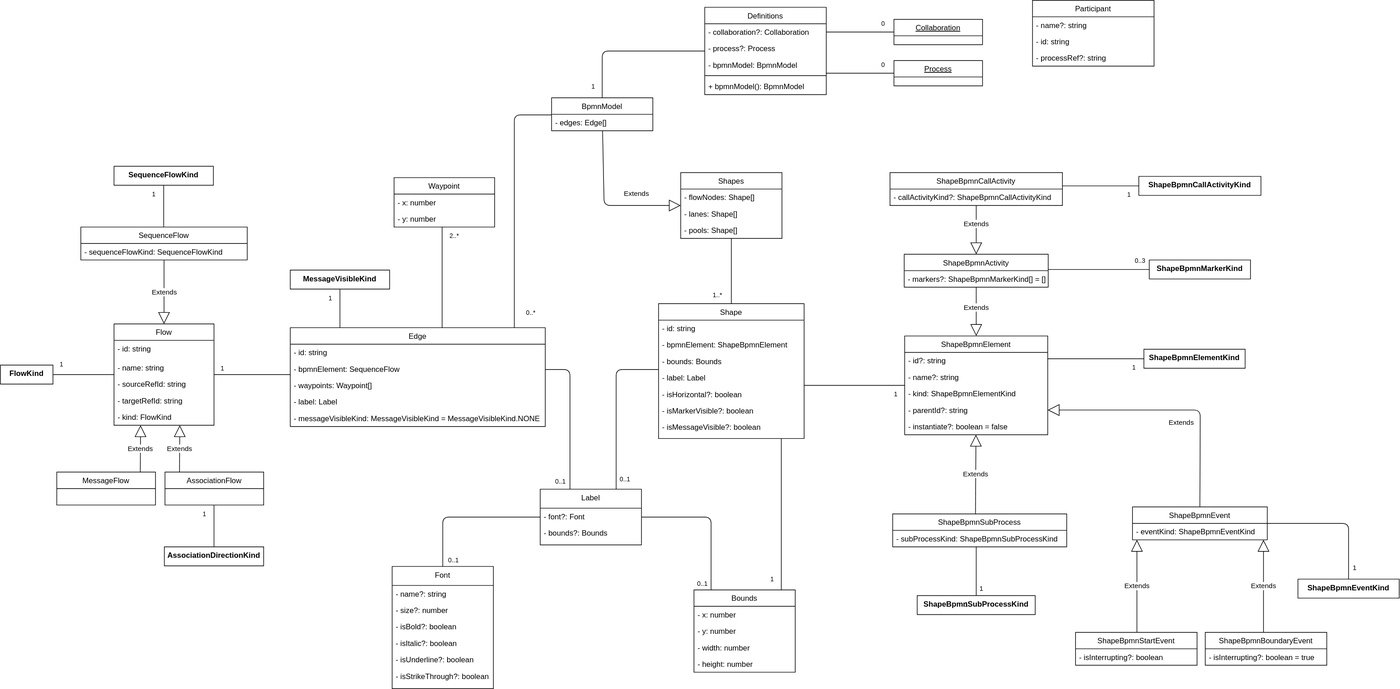
This is docs/architecture/images/architecture/internal-model.svg from process-analytics/bpmn-visualization-js, a draw.io export, as it was before one commit. Source tidied: cells renumbered, new cells last; positions are measured from the earlier drawing's top-left corner, leaving out a move shared by most shapes.
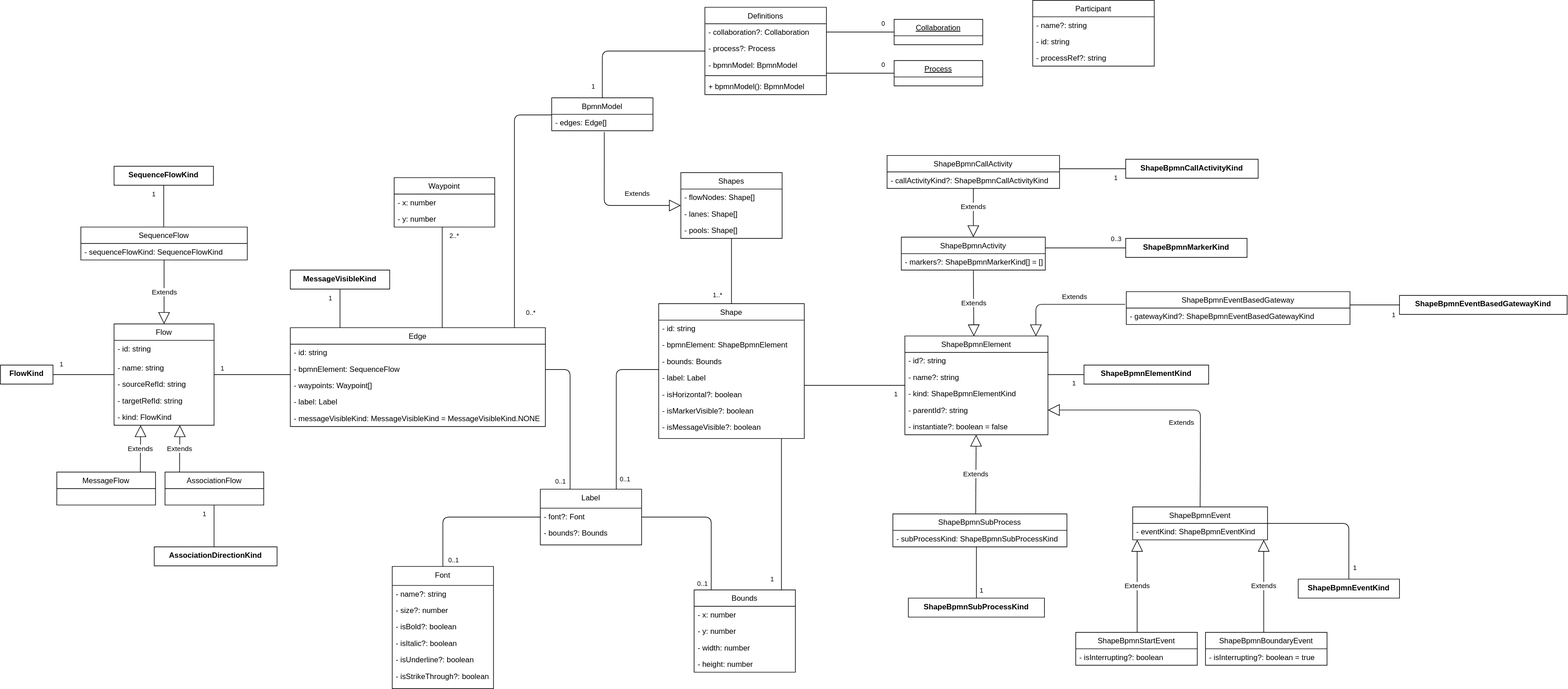
The same file after the commit.

What changed in the source:
```diff
@@ -96,8 +96,8 @@
     <mxCell id="17" style="endArrow=none;html=1;edgeStyle=orthogonalEdgeStyle;shadow=0;" parent="1" edge="1" source="137" target="67">
       <mxGeometry relative="1" as="geometry">
         <Array as="points">
-          <mxPoint x="1717" y="566" />
-          <mxPoint x="1717" y="566" />
+          <mxPoint x="1686" y="591" />
+          <mxPoint x="1686" y="591" />
         </Array>
       </mxGeometry>
     </mxCell>
@@ -142,7 +142,7 @@
         <mxPoint x="34" y="-16" as="offset" />
       </mxGeometry>
     </mxCell>
-    <mxCell id="27" value="Extends" style="endArrow=block;endSize=16;endFill=0;html=1;shadow=0;" parent="1" edge="1" source="81" target="47">
+    <mxCell id="27" value="Extends" style="endArrow=block;endSize=16;endFill=0;html=1;shadow=0;exitX=0.519;exitY=1.077;exitDx=0;exitDy=0;exitPerimeter=0;" parent="1" edge="1" source="82" target="47">
       <mxGeometry x="0.41" y="19" relative="1" as="geometry">
         <Array as="points">
           <mxPoint x="954" y="324" />
@@ -259,19 +259,11 @@
     <mxCell id="55" value="Extends" style="endArrow=block;endSize=16;endFill=0;html=1;shadow=0;exitX=0.476;exitY=0;exitDx=0;exitDy=0;exitPerimeter=0;" parent="1" edge="1" source="129" target="67">
       <mxGeometry relative="1" as="geometry" />
     </mxCell>
-    <mxCell id="56" style="endArrow=none;html=1;edgeStyle=orthogonalEdgeStyle;shadow=0;" parent="1" edge="1" source="131" target="129">
+    <mxCell id="56" style="endArrow=none;html=1;edgeStyle=orthogonalEdgeStyle;shadow=0;" parent="1" edge="1" source="131">
       <mxGeometry relative="1" as="geometry">
-        <Array as="points">
-          <mxPoint x="1542" y="958" />
-          <mxPoint x="1542" y="958" />
-        </Array>
+        <mxPoint x="1542" y="863" as="targetPoint" />
       </mxGeometry>
     </mxCell>
-    <mxCell id="57" value="1" style="html=1;align=left;verticalAlign=bottom;labelBackgroundColor=#ffffff;fontSize=10;shadow=0;" parent="56" vertex="1">
-      <mxGeometry x="-1" relative="1" as="geometry">
-        <mxPoint x="-20" y="22" as="offset" />
-      </mxGeometry>
-    </mxCell>
     <mxCell id="58" value="1" style="edgeLabel;html=1;align=center;verticalAlign=middle;" parent="56" vertex="1">
       <mxGeometry x="-0.46" y="1" relative="1" as="geometry">
         <mxPoint x="8.9" y="9" as="offset" />
@@ -500,13 +492,13 @@
       </mxGeometry>
     </mxCell>
     <mxCell id="121" value="AssociationDirectionKind" style="swimlane;fontStyle=1;horizontal=1;startSize=26;fillColor=none;swimlaneLine=0;rounded=0;shadow=0;comic=0;glass=0;" parent="1" vertex="1">
-      <mxGeometry x="259" y="863" width="157" height="30" as="geometry" />
+      <mxGeometry x="243" y="863" width="194" height="30" as="geometry" />
     </mxCell>
     <mxCell id="122" style="endArrow=none;html=1;edgeStyle=orthogonalEdgeStyle;shadow=0;" parent="1" edge="1" source="127" target="133">
       <mxGeometry relative="1" as="geometry">
         <Array as="points">
-          <mxPoint x="1629" y="428" />
-          <mxPoint x="1629" y="428" />
+          <mxPoint x="1624.1" y="401" />
+          <mxPoint x="1624.1" y="401" />
         </Array>
       </mxGeometry>
     </mxCell>
@@ -525,46 +517,40 @@
       <mxGeometry x="2050.5" y="914" width="160" height="30" as="geometry" />
     </mxCell>
     <mxCell id="127" value="ShapeBpmnMarkerKind" style="swimlane;fontStyle=1;horizontal=1;startSize=26;fillColor=none;swimlaneLine=0;rounded=0;shadow=0;comic=0;glass=0;" parent="1" vertex="1">
-      <mxGeometry x="1815.5" y="410" width="160" height="30" as="geometry" />
+      <mxGeometry x="1777.9" y="376" width="191.8" height="30" as="geometry" />
     </mxCell>
-    <mxCell id="128" value="Extends" style="endArrow=block;endSize=16;endFill=0;html=1;shadow=0;" parent="1" edge="1" source="133" target="67">
-      <mxGeometry x="-0.17" relative="1" as="geometry" />
-    </mxCell>
     <mxCell id="129" value="ShapeBpmnSubProcess" style="swimlane;fontStyle=0;horizontal=1;startSize=26;fillColor=none;shadow=0;" parent="1" vertex="1">
       <mxGeometry x="1410" y="811" width="275" height="52" as="geometry" />
     </mxCell>
     <mxCell id="130" value="- subProcessKind: ShapeBpmnSubProcessKind" style="text;strokeColor=none;fillColor=none;align=left;verticalAlign=top;spacingLeft=4;spacingRight=4;overflow=hidden;shadow=0;" parent="129" vertex="1">
       <mxGeometry y="26" width="275" height="26" as="geometry" />
     </mxCell>
-    <mxCell id="131" value="ShapeBpmnSubProcessKind" style="swimlane;fontStyle=1;horizontal=1;startSize=26;fillColor=none;swimlaneLine=0;rounded=0;shadow=0;comic=0;glass=0;" parent="1" vertex="1">
-      <mxGeometry x="1448.8" y="940" width="186.5" height="30" as="geometry" />
-    </mxCell>
     <mxCell id="132" value="Extends" style="endArrow=block;endSize=16;endFill=0;html=1;shadow=0;" parent="1" edge="1" source="135" target="133">
       <mxGeometry x="-0.25" relative="1" as="geometry" />
     </mxCell>
     <mxCell id="133" value="ShapeBpmnActivity" style="swimlane;fontStyle=0;horizontal=1;startSize=26;fillColor=none;shadow=0;" parent="1" vertex="1">
-      <mxGeometry x="1428.2" y="401" width="227.5" height="52" as="geometry" />
+      <mxGeometry x="1423.4" y="374" width="227.5" height="52" as="geometry" />
     </mxCell>
     <mxCell id="134" value="- markers?: ShapeBpmnMarkerKind[] = []" style="text;strokeColor=none;fillColor=none;align=left;verticalAlign=top;spacingLeft=4;spacingRight=4;overflow=hidden;points=[[0,0.5],[1,0.5]];portConstraint=eastwest;shadow=0;" parent="133" vertex="1">
       <mxGeometry y="26" width="227.5" height="26" as="geometry" />
     </mxCell>
     <mxCell id="135" value="ShapeBpmnCallActivity" style="swimlane;fontStyle=0;horizontal=1;startSize=26;fillColor=none;shadow=0;" parent="1" vertex="1">
-      <mxGeometry x="1405.8" y="272" width="272.5" height="52" as="geometry" />
+      <mxGeometry x="1400.9" y="245" width="272.5" height="52" as="geometry" />
     </mxCell>
     <mxCell id="136" value="- callActivityKind?: ShapeBpmnCallActivityKind" style="text;strokeColor=none;fillColor=none;align=left;verticalAlign=top;spacingLeft=4;spacingRight=4;overflow=hidden;shadow=0;" parent="135" vertex="1">
       <mxGeometry y="26" width="272.5" height="26" as="geometry" />
     </mxCell>
     <mxCell id="137" value="ShapeBpmnElementKind" style="swimlane;fontStyle=1;horizontal=1;startSize=26;fillColor=none;swimlaneLine=0;rounded=0;shadow=0;comic=0;glass=0;" parent="1" vertex="1">
-      <mxGeometry x="1807" y="551" width="160" height="30" as="geometry" />
+      <mxGeometry x="1712" y="576" width="197" height="30" as="geometry" />
     </mxCell>
     <mxCell id="138" value="ShapeBpmnCallActivityKind" style="swimlane;fontStyle=1;horizontal=1;startSize=26;fillColor=none;swimlaneLine=0;rounded=0;shadow=0;comic=0;glass=0;" parent="1" vertex="1">
-      <mxGeometry x="1799" y="278" width="193" height="30" as="geometry" />
+      <mxGeometry x="1777.9" y="251" width="209.2" height="30" as="geometry" />
     </mxCell>
     <mxCell id="139" style="endArrow=none;html=1;edgeStyle=orthogonalEdgeStyle;shadow=0;exitX=0;exitY=0.5;exitDx=0;exitDy=0;" parent="1" edge="1" source="138" target="135">
       <mxGeometry relative="1" as="geometry">
         <Array as="points">
-          <mxPoint x="1704" y="293" />
-          <mxPoint x="1704" y="293" />
+          <mxPoint x="1699.1" y="266" />
+          <mxPoint x="1699.1" y="266" />
         </Array>
       </mxGeometry>
     </mxCell>
@@ -591,5 +577,42 @@
         <mxPoint x="1796" y="852" as="targetPoint" />
       </mxGeometry>
     </mxCell>
+    <mxCell id="146" value="ShapeBpmnEventBasedGateway" style="swimlane;fontStyle=0;horizontal=1;startSize=26;fillColor=none;shadow=0;" parent="1" vertex="1">
+      <mxGeometry x="1778.9" y="460" width="353.4" height="52" as="geometry" />
+    </mxCell>
+    <mxCell id="147" value="- gatewayKind?: ShapeBpmnEventBasedGatewayKind" style="text;strokeColor=none;fillColor=none;align=left;verticalAlign=top;spacingLeft=4;spacingRight=4;overflow=hidden;shadow=0;" parent="146" vertex="1">
+      <mxGeometry y="26" width="353.4" height="26" as="geometry" />
+    </mxCell>
+    <mxCell id="148" value="ShapeBpmnEventBasedGatewayKind" style="swimlane;fontStyle=1;horizontal=1;startSize=26;fillColor=none;swimlaneLine=0;rounded=0;shadow=0;comic=0;glass=0;" parent="1" vertex="1">
+      <mxGeometry x="2210.5" y="466" width="264.9" height="30" as="geometry" />
+    </mxCell>
+    <mxCell id="149" style="endArrow=none;html=1;edgeStyle=orthogonalEdgeStyle;shadow=0;exitX=0;exitY=0.5;exitDx=0;exitDy=0;" parent="1" edge="1" source="148" target="146">
+      <mxGeometry relative="1" as="geometry">
+        <Array as="points">
+          <mxPoint x="2160.1" y="481" />
+          <mxPoint x="2160.1" y="481" />
+        </Array>
+      </mxGeometry>
+    </mxCell>
+    <mxCell id="57" value="1" style="html=1;align=left;verticalAlign=bottom;labelBackgroundColor=#ffffff;fontSize=10;shadow=0;" parent="149" vertex="1">
+      <mxGeometry x="-1" relative="1" as="geometry">
+        <mxPoint x="-13.5" y="24" as="offset" />
+      </mxGeometry>
+    </mxCell>
+    <mxCell id="150" value="Extends" style="endArrow=block;endSize=16;endFill=0;html=1;shadow=0;entryX=0.482;entryY=0.003;entryDx=0;entryDy=0;entryPerimeter=0;" parent="1" edge="1" source="134" target="67">
+      <mxGeometry relative="1" as="geometry" />
+    </mxCell>
+    <mxCell id="151" value="Extends" style="endArrow=block;endSize=16;endFill=0;html=1;shadow=0;entryX=0.482;entryY=0.003;entryDx=0;entryDy=0;entryPerimeter=0;" parent="1" edge="1">
+      <mxGeometry x="-0.16" y="-12" relative="1" as="geometry">
+        <mxPoint x="1777" y="480" as="sourcePoint" />
+        <mxPoint x="1636" y="530.5" as="targetPoint" />
+        <Array as="points">
+          <mxPoint x="1636" y="480" />
+        </Array>
+      </mxGeometry>
+    </mxCell>
+    <mxCell id="131" value="ShapeBpmnSubProcessKind" style="swimlane;fontStyle=1;horizontal=1;startSize=26;fillColor=none;swimlaneLine=0;rounded=0;shadow=0;comic=0;glass=0;" parent="1" vertex="1">
+      <mxGeometry x="1434.5" y="944" width="215" height="30" as="geometry" />
+    </mxCell>
   </root>
 </mxGraphModel>
```
